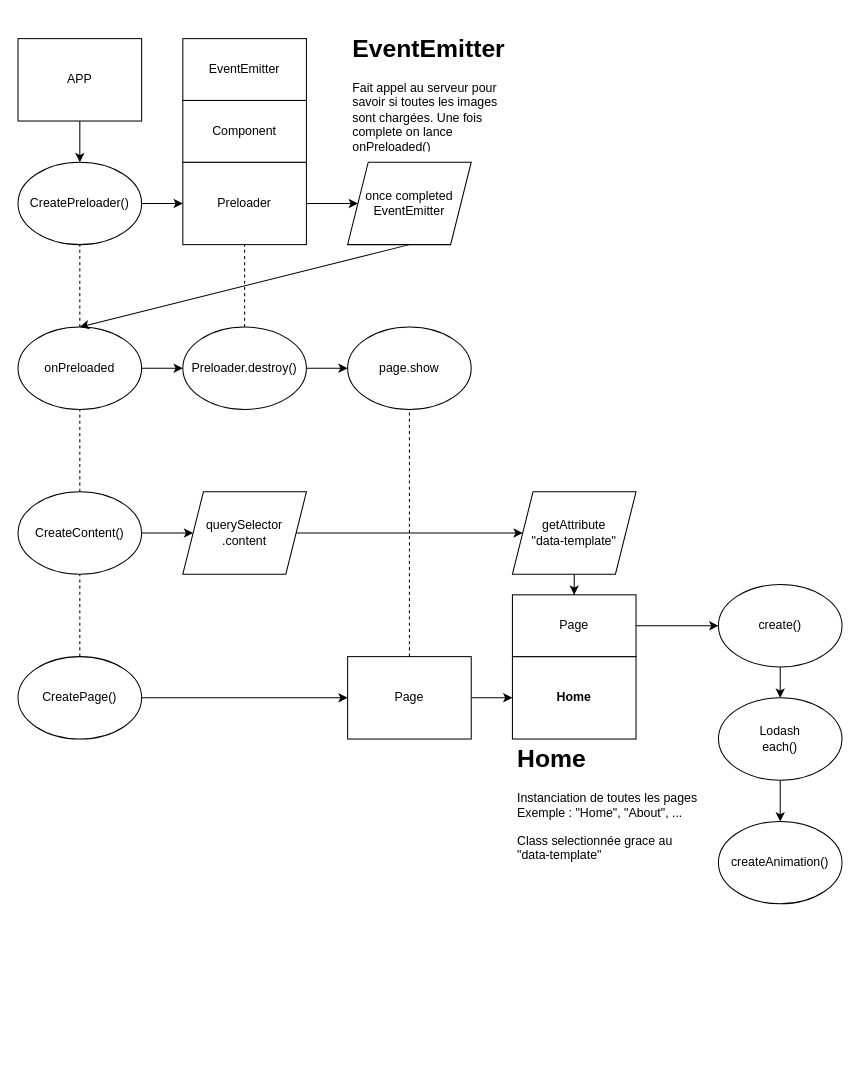
This is Untitled Diagram.drawio from Projet-360/Cours, a draw.io file, before an edit. Source tidied: cells renumbered, new cells numbered last; positions are measured from the earlier drawing's top-left corner, leaving out a move shared by most shapes. Both pictures are drawn from the tidied source at 103%, with x=0, y=0 at pixel (18, 28).
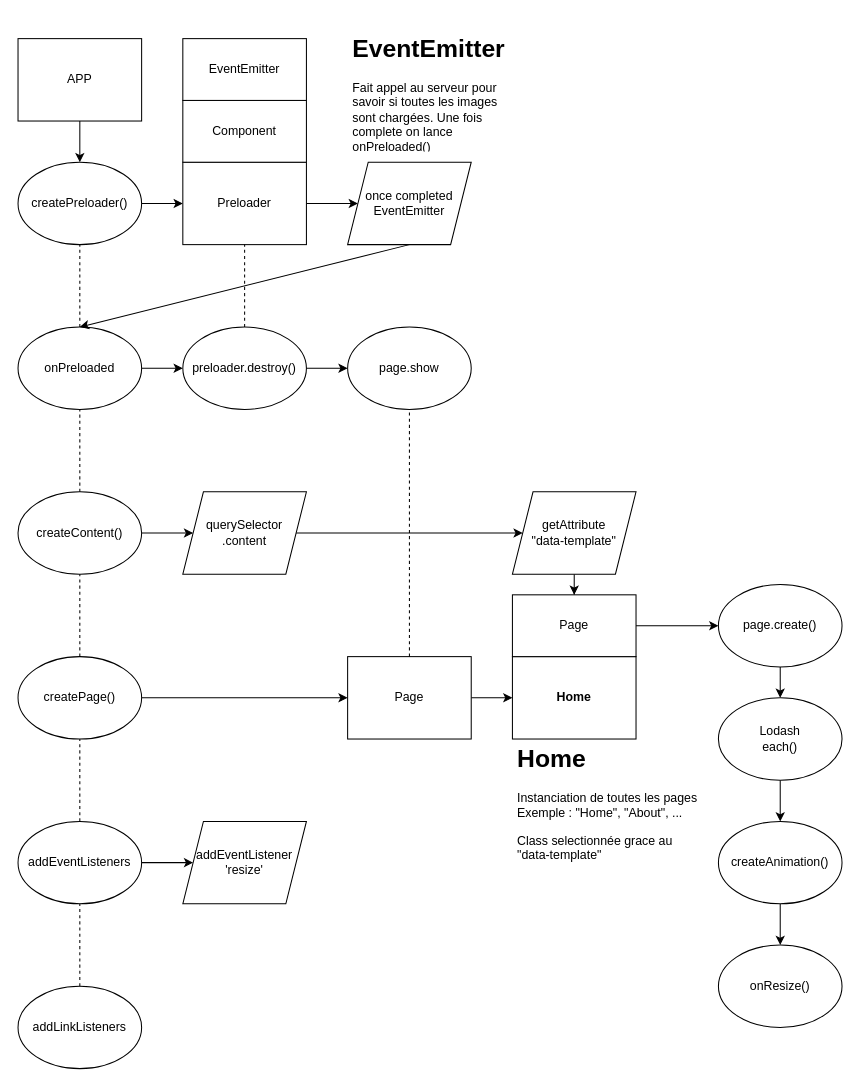
The same diagram, later.

Unchanged cells that the change refers to:
```xml
<mxCell id="27" value="createAnimation()" style="ellipse;whiteSpace=wrap;html=1;" parent="1" vertex="1">
  <mxGeometry x="680" y="770" width="120" height="80" as="geometry" />
</mxCell>
```

What changed in the source:
```diff
@@
-    <mxCell id="5" value="CreatePreloader()" style="ellipse;whiteSpace=wrap;html=1;" parent="1" vertex="1">
+    <mxCell id="5" value="createPreloader()" style="ellipse;whiteSpace=wrap;html=1;" parent="1" vertex="1">
       <mxGeometry y="130" width="120" height="80" as="geometry" />
     </mxCell>
@@
-    <mxCell id="9" value="CreateContent()" style="ellipse;whiteSpace=wrap;html=1;" parent="1" vertex="1">
+    <mxCell id="9" value="createContent()" style="ellipse;whiteSpace=wrap;html=1;" parent="1" vertex="1">
       <mxGeometry y="450" width="120" height="80" as="geometry" />
     </mxCell>
@@
-    <mxCell id="18" value="CreatePage()" style="ellipse;whiteSpace=wrap;html=1;" parent="1" vertex="1">
+    <mxCell id="18" value="createPage()" style="ellipse;whiteSpace=wrap;html=1;" parent="1" vertex="1">
       <mxGeometry y="610" width="120" height="80" as="geometry" />
     </mxCell>
@@
-    <mxCell id="24" value="create()" style="ellipse;whiteSpace=wrap;html=1;" parent="1" vertex="1">
+    <mxCell id="24" value="page.create()" style="ellipse;whiteSpace=wrap;html=1;" parent="1" vertex="1">
       <mxGeometry x="680" y="540" width="120" height="80" as="geometry" />
     </mxCell>
@@
+    <mxCell id="42" style="edgeStyle=orthogonalEdgeStyle;rounded=0;jettySize=auto;html=1;" parent="1" edge="1" source="27" target="43">
+      <mxGeometry relative="1" as="geometry" />
+    </mxCell>
@@
-    <mxCell id="32" value="Preloader.destroy()" style="ellipse;whiteSpace=wrap;html=1;" parent="1" vertex="1">
+    <mxCell id="32" value="preloader.destroy()" style="ellipse;whiteSpace=wrap;html=1;" parent="1" vertex="1">
       <mxGeometry x="160" y="290" width="120" height="80" as="geometry" />
     </mxCell>
@@
+    <mxCell id="43" value="onResize()" style="ellipse;whiteSpace=wrap;html=1;" parent="1" vertex="1">
+      <mxGeometry x="680" y="890" width="120" height="80" as="geometry" />
+    </mxCell>
+    <mxCell id="44" style="edgeStyle=orthogonalEdgeStyle;rounded=0;jettySize=auto;html=1;" parent="1" edge="1" source="45" target="49">
+      <mxGeometry relative="1" as="geometry" />
+    </mxCell>
+    <mxCell id="45" value="addEventListeners" style="ellipse;whiteSpace=wrap;html=1;" parent="1" vertex="1">
+      <mxGeometry y="770" width="120" height="80" as="geometry" />
+    </mxCell>
+    <mxCell id="46" style="endArrow=none;dashed=1;html=1;rounded=0;exitX=0.5;exitY=0;exitDx=0;exitDy=0;entryX=0.5;entryY=1;entryDx=0;entryDy=0;" parent="1" edge="1" source="45" target="18">
+      <mxGeometry relative="1" as="geometry" />
+    </mxCell>
+    <mxCell id="47" value="addLinkListeners" style="ellipse;whiteSpace=wrap;html=1;" parent="1" vertex="1">
+      <mxGeometry y="930" width="120" height="80" as="geometry" />
+    </mxCell>
+    <mxCell id="48" style="endArrow=none;dashed=1;html=1;rounded=0;exitX=0.5;exitY=0;exitDx=0;exitDy=0;entryX=0.5;entryY=1;entryDx=0;entryDy=0;" parent="1" edge="1" source="47" target="45">
+      <mxGeometry relative="1" as="geometry" />
+    </mxCell>
+    <mxCell id="49" value="addEventListener&lt;br&gt;'resize'" style="shape=parallelogram;perimeter=parallelogramPerimeter;whiteSpace=wrap;html=1;fixedSize=1;rounded=0;" parent="1" vertex="1">
+      <mxGeometry x="160" y="770" width="120" height="80" as="geometry" />
+    </mxCell>
```
